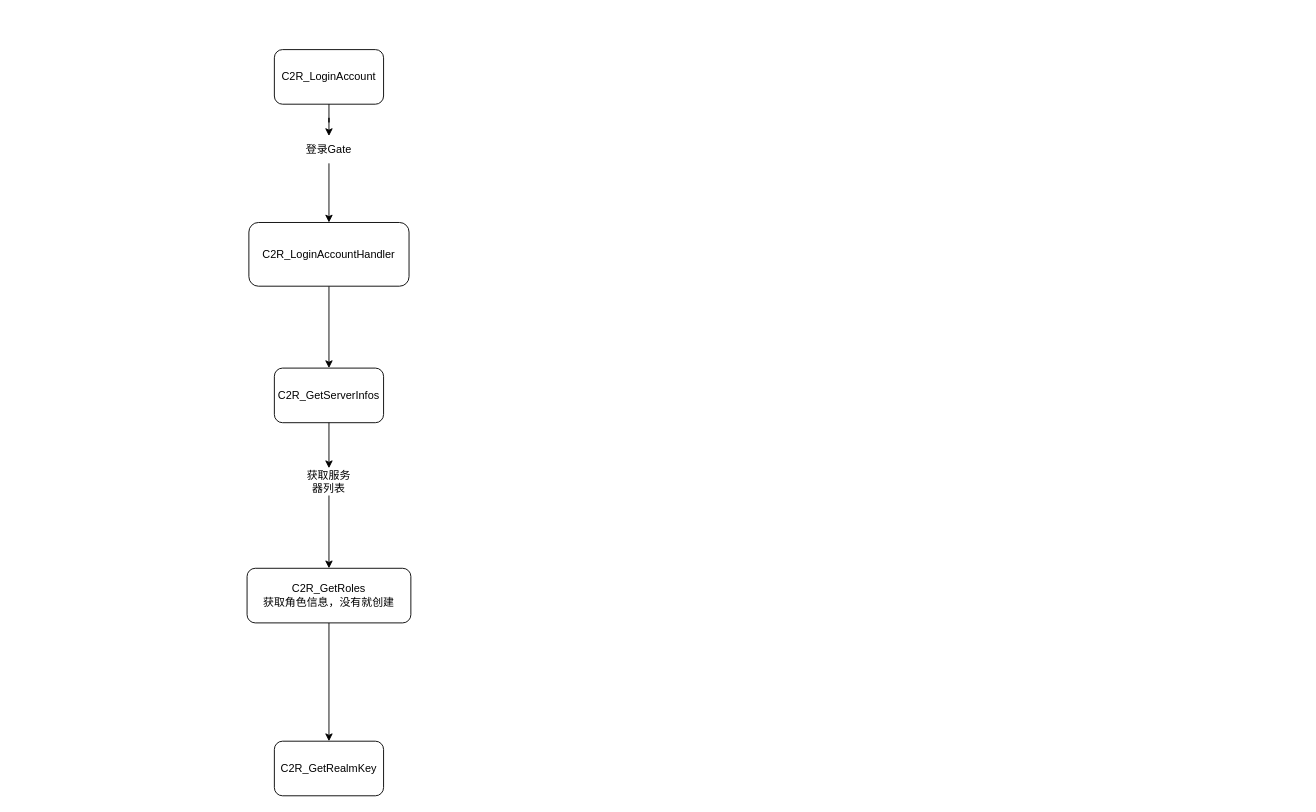
Before: StudyNotes/流程图/实战系列登录流程.drawio in Ribosome2/ET-Kyle, a draw.io diagram. Source tidied: cells renumbered, new cells numbered last; positions are measured from the earlier drawing's top-left corner, leaving out a move shared by most shapes. Both pictures are drawn from the tidied source at 91%, with x=0, y=0 at pixel (247, 49).
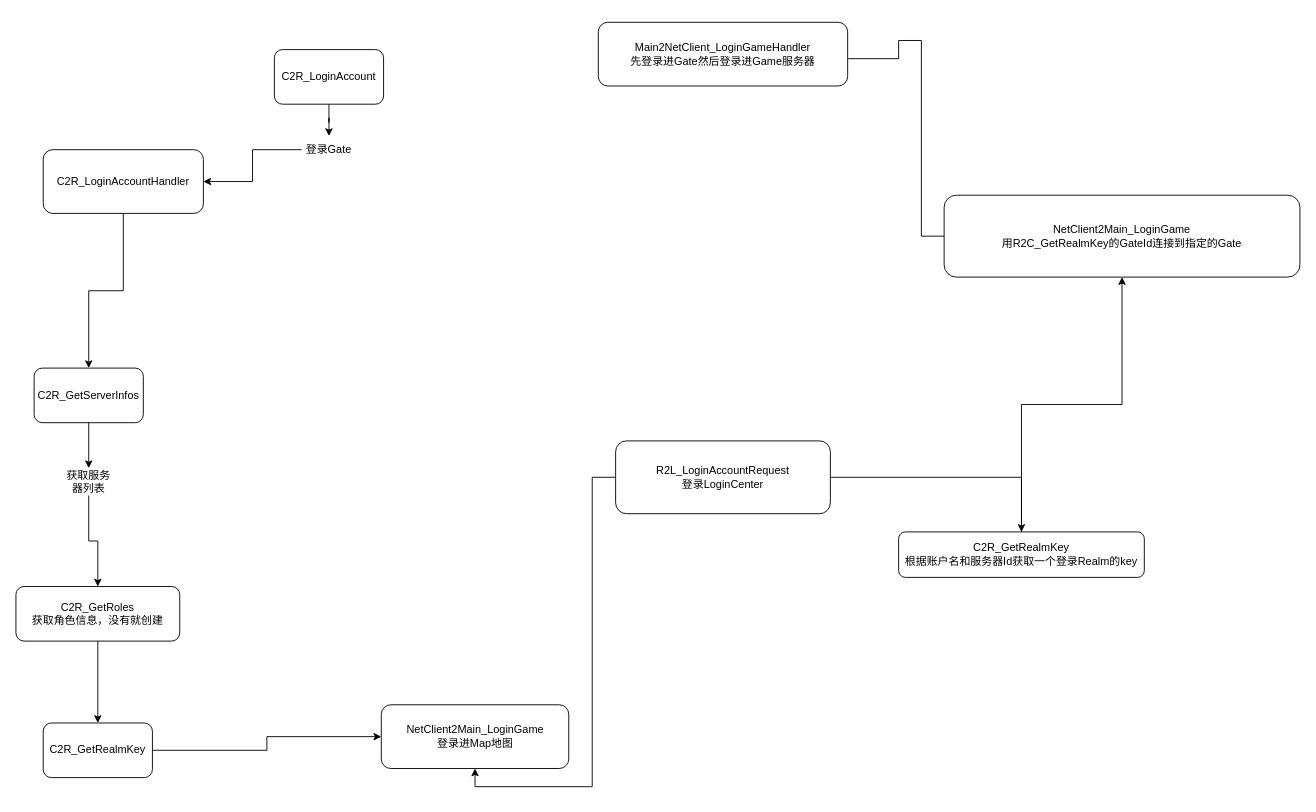
The same page after the edit.

Change to the diagram source:
```diff
@@
     <mxCell id="5" value="C2R_LoginAccountHandler" style="rounded=1;whiteSpace=wrap;html=1;" parent="1" vertex="1">
-      <mxGeometry x="2" y="190" width="176" height="70" as="geometry" />
+      <mxGeometry x="-224" y="110" width="176" height="70" as="geometry" />
     </mxCell>
@@
     <mxCell id="9" value="C2R_GetServerInfos" style="rounded=1;whiteSpace=wrap;html=1;" parent="1" vertex="1">
-      <mxGeometry x="30" y="350" width="120" height="60" as="geometry" />
+      <mxGeometry x="-234" y="350" width="120" height="60" as="geometry" />
     </mxCell>
@@
     <mxCell id="11" value="C2R_GetRoles&lt;br&gt;获取角色信息，没有就创建" style="rounded=1;whiteSpace=wrap;html=1;" parent="1" vertex="1">
-      <mxGeometry y="570" width="180" height="60" as="geometry" />
+      <mxGeometry x="-254" y="590" width="180" height="60" as="geometry" />
     </mxCell>
-    <mxCell id="12" style="edgeStyle=orthogonalEdgeStyle;rounded=0;jettySize=auto;html=1;" parent="1" edge="1" source="9" target="13">
+    <mxCell id="12" style="edgeStyle=orthogonalEdgeStyle;rounded=0;jettySize=auto;html=1;exitX=0.5;exitY=1;exitDx=0;exitDy=0;" parent="1" edge="1" source="9" target="13">
       <mxGeometry relative="1" as="geometry" />
     </mxCell>
     <mxCell id="13" value="获取服务器列表" style="text;html=1;align=center;verticalAlign=middle;whiteSpace=wrap;rounded=0;" parent="1" vertex="1">
-      <mxGeometry x="60" y="460" width="60" height="30" as="geometry" />
+      <mxGeometry x="-204" y="460" width="60" height="30" as="geometry" />
     </mxCell>
+    <mxCell id="15" style="edgeStyle=orthogonalEdgeStyle;rounded=0;jettySize=auto;html=1;" parent="1" edge="1" source="14" target="16">
+      <mxGeometry relative="1" as="geometry" />
+    </mxCell>
     <mxCell id="14" value="C2R_GetRealmKey" style="rounded=1;whiteSpace=wrap;html=1;" parent="1" vertex="1">
-      <mxGeometry x="30" y="760" width="120" height="60" as="geometry" />
+      <mxGeometry x="-224" y="740" width="120" height="60" as="geometry" />
     </mxCell>
+    <mxCell id="16" value="NetClient2Main_LoginGame&lt;br&gt;登录进Map地图" style="rounded=1;whiteSpace=wrap;html=1;" parent="1" vertex="1">
+      <mxGeometry x="147.5" y="720" width="206" height="70" as="geometry" />
+    </mxCell>
+    <mxCell id="17" style="edgeStyle=orthogonalEdgeStyle;rounded=0;jettySize=auto;html=1;entryX=0.5;entryY=1;entryDx=0;entryDy=0;" parent="1" edge="1" source="18" target="16">
+      <mxGeometry relative="1" as="geometry" />
+    </mxCell>
+    <mxCell id="18" value="R2L_LoginAccountRequest&lt;br&gt;登录LoginCenter" style="rounded=1;whiteSpace=wrap;html=1;" parent="1" vertex="1">
+      <mxGeometry x="405" y="430" width="236" height="80" as="geometry" />
+    </mxCell>
+    <mxCell id="19" style="edgeStyle=orthogonalEdgeStyle;rounded=0;jettySize=auto;html=1;" parent="1" edge="1" source="20" target="22">
+      <mxGeometry relative="1" as="geometry" />
+    </mxCell>
+    <mxCell id="20" value="C2R_GetRealmKey&lt;br&gt;根据账户名和服务器Id获取一个登录Realm的key" style="rounded=1;whiteSpace=wrap;html=1;" parent="1" vertex="1">
+      <mxGeometry x="716" y="530" width="270" height="50" as="geometry" />
+    </mxCell>
+    <mxCell id="21" style="edgeStyle=orthogonalEdgeStyle;rounded=0;jettySize=auto;html=1;entryX=0.5;entryY=0;entryDx=0;entryDy=0;" parent="1" edge="1" source="22" target="24">
+      <mxGeometry relative="1" as="geometry">
+        <Array as="points">
+          <mxPoint x="741" y="205" />
+          <mxPoint x="741" y="-10" />
+          <mxPoint x="716" y="-10" />
+          <mxPoint x="716" y="10" />
+        </Array>
+      </mxGeometry>
+    </mxCell>
+    <mxCell id="22" value="NetClient2Main_LoginGame&lt;br&gt;用R2C_GetRealmKey的GateId连接到指定的Gate" style="rounded=1;whiteSpace=wrap;html=1;" parent="1" vertex="1">
+      <mxGeometry x="766" y="160" width="391" height="90" as="geometry" />
+    </mxCell>
+    <mxCell id="23" style="edgeStyle=orthogonalEdgeStyle;rounded=0;jettySize=auto;html=1;entryX=0.5;entryY=0;entryDx=0;entryDy=0;" parent="1" edge="1" source="18" target="20">
+      <mxGeometry relative="1" as="geometry" />
+    </mxCell>
+    <mxCell id="24" value="Main2NetClient_LoginGameHandler&lt;br&gt;先登录进Gate然后登录进Game服务器" style="rounded=1;whiteSpace=wrap;html=1;" parent="1" vertex="1">
+      <mxGeometry x="386" y="-30" width="274" height="70" as="geometry" />
+    </mxCell>
```
